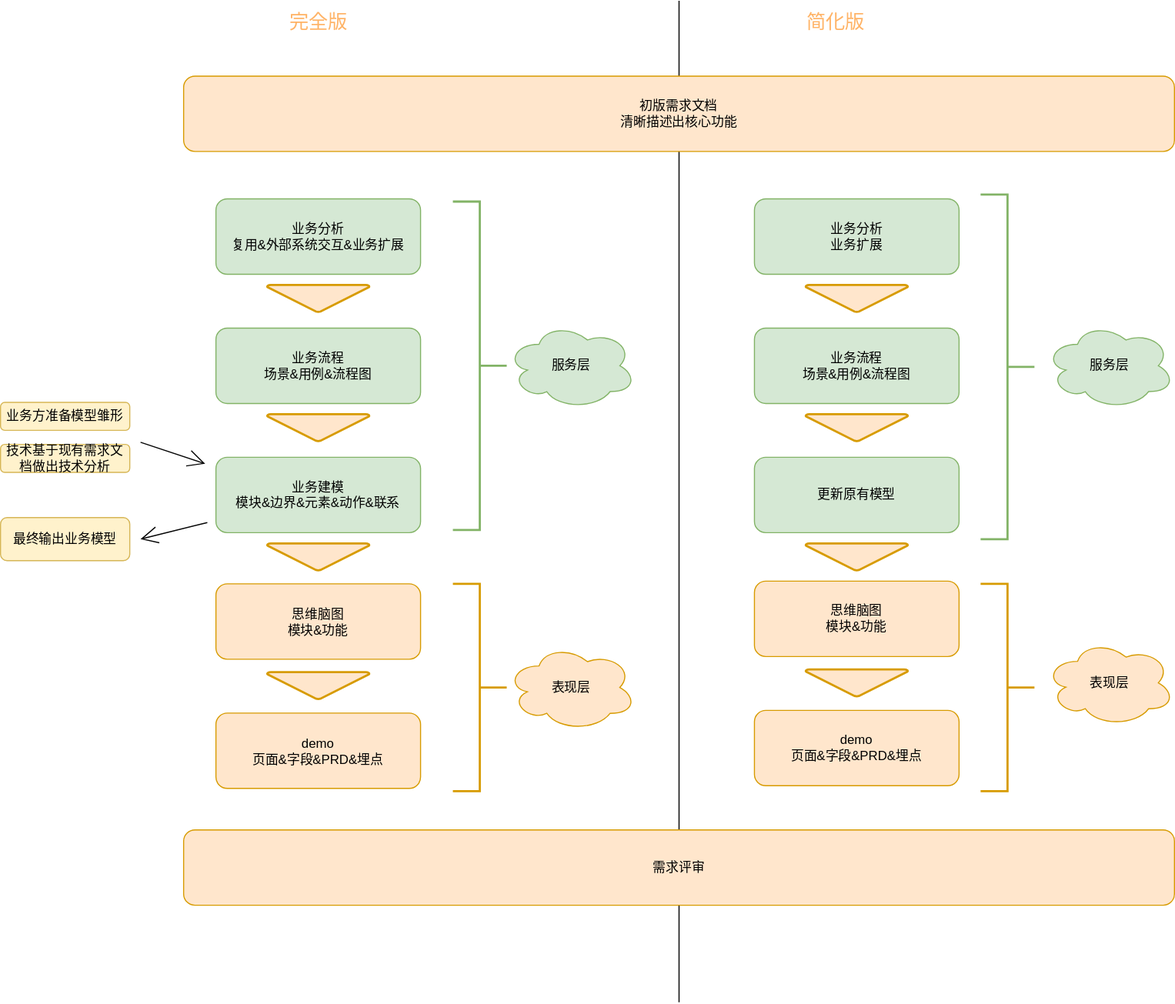
The draw.io diagram ddm.drawio.svg in fsdmp/diagrams, before a commit. Source tidied: cells renumbered, new cells last; positions are measured from the earlier drawing's top-left corner, leaving out a move shared by most shapes. Source of this version:
```xml
<mxGraphModel>
  <root>
    <mxCell id="0" />
    <mxCell id="1" parent="0" />
    <mxCell id="2" value="业务流程&lt;br&gt;场景&amp;amp;用例&amp;amp;流程图&lt;br&gt;" style="rounded=1;whiteSpace=wrap;html=1;hachureGap=4;fillColor=#d5e8d4;strokeColor=#82b366;" parent="1" vertex="1">
      <mxGeometry x="200" y="304" width="190" height="70" as="geometry" />
    </mxCell>
    <mxCell id="3" style="edgeStyle=none;curved=1;rounded=0;jettySize=auto;html=1;endArrow=open;startSize=14;endSize=14;sourcePerimeterSpacing=8;targetPerimeterSpacing=8;" parent="1" edge="1" source="4">
      <mxGeometry relative="1" as="geometry">
        <mxPoint x="130" y="500" as="targetPoint" />
      </mxGeometry>
    </mxCell>
    <mxCell id="4" value="业务建模&lt;br&gt;模块&amp;amp;边界&amp;amp;元素&amp;amp;动作&amp;amp;联系&lt;br&gt;" style="rounded=1;whiteSpace=wrap;html=1;hachureGap=4;fillColor=#d5e8d4;strokeColor=#82b366;" parent="1" vertex="1">
      <mxGeometry x="200" y="424" width="190" height="70" as="geometry" />
    </mxCell>
    <mxCell id="5" value="demo&lt;br&gt;页面&amp;amp;字段&amp;amp;PRD&amp;amp;埋点&lt;br&gt;" style="rounded=1;whiteSpace=wrap;html=1;hachureGap=4;fillColor=#ffe6cc;strokeColor=#d79b00;" parent="1" vertex="1">
      <mxGeometry x="200" y="661.5" width="190" height="70" as="geometry" />
    </mxCell>
    <mxCell id="6" value="思维脑图&lt;br&gt;模块&amp;amp;功能&lt;br&gt;" style="rounded=1;whiteSpace=wrap;html=1;hachureGap=4;fillColor=#ffe6cc;strokeColor=#d79b00;" parent="1" vertex="1">
      <mxGeometry x="200" y="541.5" width="190" height="70" as="geometry" />
    </mxCell>
    <mxCell id="7" style="strokeWidth=2;html=1;shape=mxgraph.flowchart.merge_or_storage;whiteSpace=wrap;hachureGap=4;fillColor=#ffe6cc;strokeColor=#d79b00;" parent="1" vertex="1">
      <mxGeometry x="247.5" y="384" width="95" height="25" as="geometry" />
    </mxCell>
    <mxCell id="8" style="strokeWidth=2;html=1;shape=mxgraph.flowchart.merge_or_storage;whiteSpace=wrap;hachureGap=4;fillColor=#ffe6cc;strokeColor=#d79b00;" parent="1" vertex="1">
      <mxGeometry x="247.5" y="504" width="95" height="25" as="geometry" />
    </mxCell>
    <mxCell id="9" style="strokeWidth=2;html=1;shape=mxgraph.flowchart.merge_or_storage;whiteSpace=wrap;hachureGap=4;fillColor=#ffe6cc;strokeColor=#d79b00;" parent="1" vertex="1">
      <mxGeometry x="247.5" y="623.5" width="95" height="25" as="geometry" />
    </mxCell>
    <mxCell id="10" value="服务层" style="ellipse;shape=cloud;whiteSpace=wrap;html=1;hachureGap=4;fillColor=#d5e8d4;strokeColor=#82b366;" parent="1" vertex="1">
      <mxGeometry x="470" y="299" width="120" height="80" as="geometry" />
    </mxCell>
    <mxCell id="11" value="表现层" style="ellipse;shape=cloud;whiteSpace=wrap;html=1;hachureGap=4;fillColor=#ffe6cc;strokeColor=#d79b00;" parent="1" vertex="1">
      <mxGeometry x="470" y="597.8" width="120" height="80" as="geometry" />
    </mxCell>
    <mxCell id="12" value="业务分析&lt;br&gt;复用&amp;amp;外部系统交互&amp;amp;业务扩展&lt;br&gt;" style="rounded=1;whiteSpace=wrap;html=1;hachureGap=4;fillColor=#d5e8d4;strokeColor=#82b366;" parent="1" vertex="1">
      <mxGeometry x="200" y="184" width="190" height="70" as="geometry" />
    </mxCell>
    <mxCell id="13" style="strokeWidth=2;html=1;shape=mxgraph.flowchart.merge_or_storage;whiteSpace=wrap;hachureGap=4;fillColor=#ffe6cc;strokeColor=#d79b00;" parent="1" vertex="1">
      <mxGeometry x="247.5" y="264" width="95" height="25" as="geometry" />
    </mxCell>
    <mxCell id="14" style="strokeWidth=2;html=1;shape=mxgraph.flowchart.annotation_2;align=left;labelPosition=right;hachureGap=4;direction=west;fillColor=#d5e8d4;strokeColor=#82b366;" parent="1" vertex="1">
      <mxGeometry x="420" y="186.5" width="50" height="305" as="geometry" />
    </mxCell>
    <mxCell id="15" value="业务流程&lt;br&gt;场景&amp;amp;用例&amp;amp;流程图&lt;br&gt;" style="rounded=1;whiteSpace=wrap;html=1;hachureGap=4;fillColor=#d5e8d4;strokeColor=#82b366;" parent="1" vertex="1">
      <mxGeometry x="700" y="304" width="190" height="70" as="geometry" />
    </mxCell>
    <mxCell id="16" value="demo&lt;br&gt;页面&amp;amp;字段&amp;amp;PRD&amp;amp;埋点&lt;br&gt;" style="rounded=1;whiteSpace=wrap;html=1;hachureGap=4;fillColor=#ffe6cc;strokeColor=#d79b00;" parent="1" vertex="1">
      <mxGeometry x="700" y="659" width="190" height="70" as="geometry" />
    </mxCell>
    <mxCell id="17" value="思维脑图&lt;br&gt;模块&amp;amp;功能&lt;br&gt;" style="rounded=1;whiteSpace=wrap;html=1;hachureGap=4;fillColor=#ffe6cc;strokeColor=#d79b00;" parent="1" vertex="1">
      <mxGeometry x="700" y="539" width="190" height="70" as="geometry" />
    </mxCell>
    <mxCell id="18" style="strokeWidth=2;html=1;shape=mxgraph.flowchart.merge_or_storage;whiteSpace=wrap;hachureGap=4;fillColor=#ffe6cc;strokeColor=#d79b00;" parent="1" vertex="1">
      <mxGeometry x="747.5" y="504" width="95" height="25" as="geometry" />
    </mxCell>
    <mxCell id="19" style="strokeWidth=2;html=1;shape=mxgraph.flowchart.merge_or_storage;whiteSpace=wrap;hachureGap=4;fillColor=#ffe6cc;strokeColor=#d79b00;" parent="1" vertex="1">
      <mxGeometry x="747.5" y="621" width="95" height="25" as="geometry" />
    </mxCell>
    <mxCell id="20" value="服务层" style="ellipse;shape=cloud;whiteSpace=wrap;html=1;hachureGap=4;fillColor=#d5e8d4;strokeColor=#82b366;" parent="1" vertex="1">
      <mxGeometry x="970" y="299" width="120" height="80" as="geometry" />
    </mxCell>
    <mxCell id="21" value="表现层" style="ellipse;shape=cloud;whiteSpace=wrap;html=1;hachureGap=4;fillColor=#ffe6cc;strokeColor=#d79b00;" parent="1" vertex="1">
      <mxGeometry x="970" y="593.5" width="120" height="80" as="geometry" />
    </mxCell>
    <mxCell id="22" style="strokeWidth=2;html=1;shape=mxgraph.flowchart.annotation_2;align=left;labelPosition=right;hachureGap=4;direction=west;fillColor=#ffe6cc;strokeColor=#d79b00;" parent="1" vertex="1">
      <mxGeometry x="420" y="541.5" width="50" height="192.5" as="geometry" />
    </mxCell>
    <mxCell id="23" style="endArrow=none;html=1;startSize=14;endSize=14;sourcePerimeterSpacing=8;targetPerimeterSpacing=8;" parent="1" edge="1">
      <mxGeometry relative="1" as="geometry">
        <mxPoint x="630" y="930" as="sourcePoint" />
        <mxPoint x="630" as="targetPoint" />
      </mxGeometry>
    </mxCell>
    <mxCell id="24" style="strokeWidth=2;html=1;shape=mxgraph.flowchart.annotation_2;align=left;labelPosition=right;hachureGap=4;direction=west;fillColor=#ffe6cc;strokeColor=#d79b00;" parent="1" vertex="1">
      <mxGeometry x="910" y="541.5" width="50" height="192.5" as="geometry" />
    </mxCell>
    <mxCell id="25" value="完全版" style="text;html=1;align=center;verticalAlign=middle;fillColor=none;strokeColor=none;rounded=0;hachureGap=4;fontSize=18;fontColor=#FFB366;" parent="1" vertex="1">
      <mxGeometry x="260" y="5" width="70" height="30" as="geometry" />
    </mxCell>
    <mxCell id="26" value="简化版" style="text;html=1;align=center;verticalAlign=middle;fillColor=none;strokeColor=none;rounded=0;hachureGap=4;fontSize=18;fontColor=#FFB366;" parent="1" vertex="1">
      <mxGeometry x="740" y="5" width="70" height="30" as="geometry" />
    </mxCell>
    <mxCell id="27" value="业务分析&lt;br&gt;业务扩展&lt;br&gt;" style="rounded=1;whiteSpace=wrap;html=1;hachureGap=4;fillColor=#d5e8d4;strokeColor=#82b366;" parent="1" vertex="1">
      <mxGeometry x="700" y="184" width="190" height="70" as="geometry" />
    </mxCell>
    <mxCell id="28" style="strokeWidth=2;html=1;shape=mxgraph.flowchart.merge_or_storage;whiteSpace=wrap;hachureGap=4;fillColor=#ffe6cc;strokeColor=#d79b00;" parent="1" vertex="1">
      <mxGeometry x="747.5" y="264" width="95" height="25" as="geometry" />
    </mxCell>
    <mxCell id="29" style="strokeWidth=2;html=1;shape=mxgraph.flowchart.annotation_2;align=left;labelPosition=right;hachureGap=4;direction=west;fillColor=#d5e8d4;strokeColor=#82b366;" parent="1" vertex="1">
      <mxGeometry x="910" y="180" width="50" height="320" as="geometry" />
    </mxCell>
    <mxCell id="30" value="初版需求文档&lt;br&gt;清晰描述出核心功能&lt;br&gt;" style="rounded=1;whiteSpace=wrap;html=1;hachureGap=4;fillColor=#ffe6cc;strokeColor=#d79b00;" parent="1" vertex="1">
      <mxGeometry x="170" y="70" width="920" height="70" as="geometry" />
    </mxCell>
    <mxCell id="31" style="edgeStyle=none;curved=1;rounded=0;orthogonalLoop=1;jettySize=auto;html=1;endArrow=open;startSize=14;endSize=14;sourcePerimeterSpacing=8;targetPerimeterSpacing=8;" parent="1" edge="1">
      <mxGeometry relative="1" as="geometry">
        <mxPoint x="130" y="410" as="sourcePoint" />
        <mxPoint x="190" y="430" as="targetPoint" />
      </mxGeometry>
    </mxCell>
    <mxCell id="32" value="业务方准备模型雏形" style="rounded=1;whiteSpace=wrap;html=1;hachureGap=4;fillColor=#fff2cc;strokeColor=#d6b656;" parent="1" vertex="1">
      <mxGeometry y="373" width="120" height="26" as="geometry" />
    </mxCell>
    <mxCell id="33" value="最终输出业务模型" style="rounded=1;whiteSpace=wrap;html=1;hachureGap=4;fillColor=#fff2cc;strokeColor=#d6b656;" parent="1" vertex="1">
      <mxGeometry y="480" width="120" height="40" as="geometry" />
    </mxCell>
    <mxCell id="34" value="技术基于现有需求文档做出技术分析" style="rounded=1;whiteSpace=wrap;html=1;hachureGap=4;fillColor=#fff2cc;strokeColor=#d6b656;" parent="1" vertex="1">
      <mxGeometry y="412" width="120" height="26" as="geometry" />
    </mxCell>
    <mxCell id="35" value="需求评审&lt;br&gt;" style="rounded=1;whiteSpace=wrap;html=1;hachureGap=4;fillColor=#ffe6cc;strokeColor=#d79b00;" parent="1" vertex="1">
      <mxGeometry x="170" y="770" width="920" height="70" as="geometry" />
    </mxCell>
    <mxCell id="36" value="更新原有模型&lt;br&gt;" style="rounded=1;whiteSpace=wrap;html=1;hachureGap=4;fillColor=#d5e8d4;strokeColor=#82b366;" parent="1" vertex="1">
      <mxGeometry x="700" y="424" width="190" height="70" as="geometry" />
    </mxCell>
    <mxCell id="37" style="strokeWidth=2;html=1;shape=mxgraph.flowchart.merge_or_storage;whiteSpace=wrap;hachureGap=4;fillColor=#ffe6cc;strokeColor=#d79b00;" parent="1" vertex="1">
      <mxGeometry x="747.5" y="384" width="95" height="25" as="geometry" />
    </mxCell>
  </root>
</mxGraphModel>
```
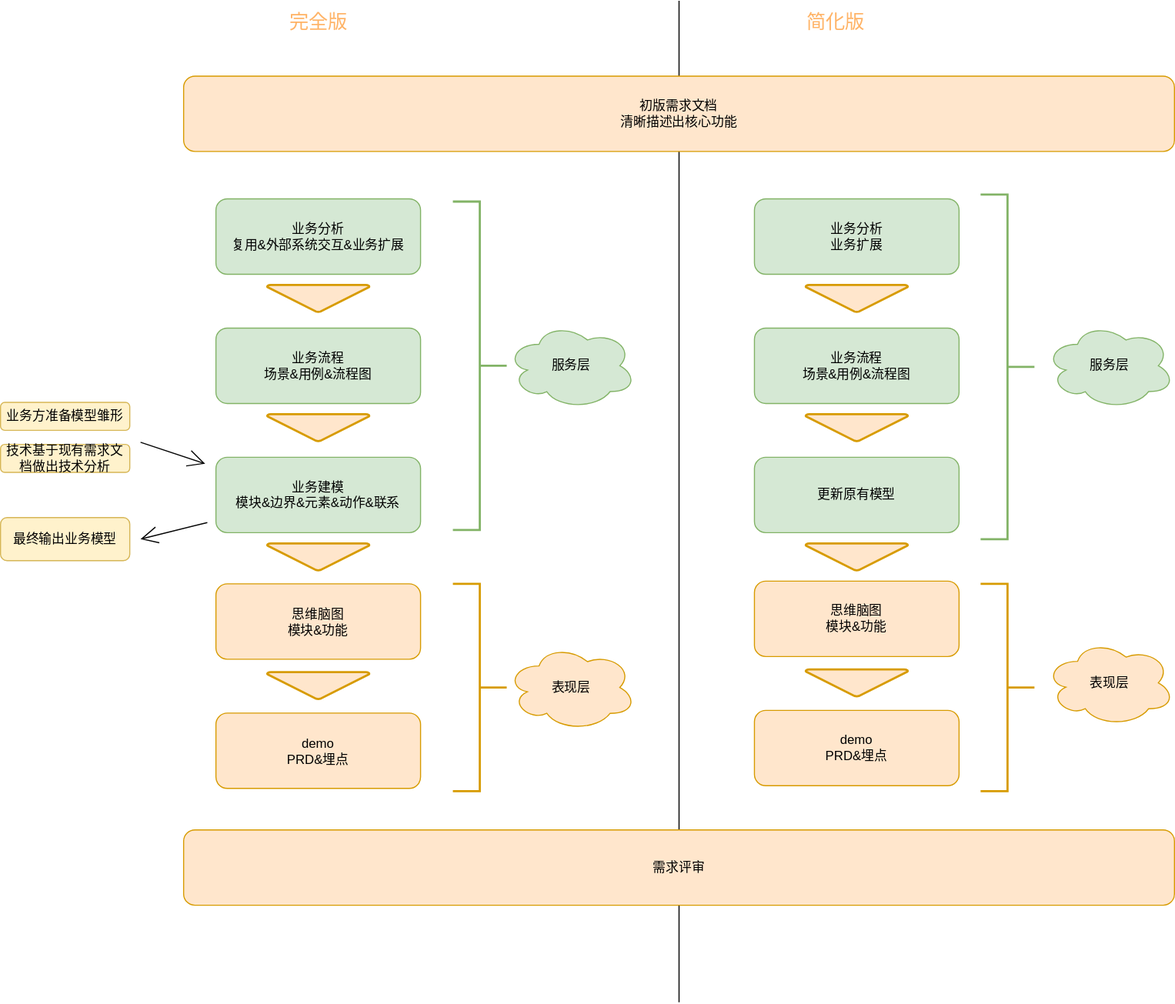
After the commit.

Change to the diagram source:
```diff
@@ -13,7 +13,7 @@
     <mxCell id="4" value="业务建模&lt;br&gt;模块&amp;amp;边界&amp;amp;元素&amp;amp;动作&amp;amp;联系&lt;br&gt;" style="rounded=1;whiteSpace=wrap;html=1;hachureGap=4;fillColor=#d5e8d4;strokeColor=#82b366;" parent="1" vertex="1">
       <mxGeometry x="200" y="424" width="190" height="70" as="geometry" />
     </mxCell>
-    <mxCell id="5" value="demo&lt;br&gt;页面&amp;amp;字段&amp;amp;PRD&amp;amp;埋点&lt;br&gt;" style="rounded=1;whiteSpace=wrap;html=1;hachureGap=4;fillColor=#ffe6cc;strokeColor=#d79b00;" parent="1" vertex="1">
+    <mxCell id="5" value="demo&lt;br&gt;PRD&amp;amp;埋点&lt;br&gt;" style="rounded=1;whiteSpace=wrap;html=1;hachureGap=4;fillColor=#ffe6cc;strokeColor=#d79b00;" parent="1" vertex="1">
       <mxGeometry x="200" y="661.5" width="190" height="70" as="geometry" />
     </mxCell>
     <mxCell id="6" value="思维脑图&lt;br&gt;模块&amp;amp;功能&lt;br&gt;" style="rounded=1;whiteSpace=wrap;html=1;hachureGap=4;fillColor=#ffe6cc;strokeColor=#d79b00;" parent="1" vertex="1">
@@ -46,7 +46,7 @@
     <mxCell id="15" value="业务流程&lt;br&gt;场景&amp;amp;用例&amp;amp;流程图&lt;br&gt;" style="rounded=1;whiteSpace=wrap;html=1;hachureGap=4;fillColor=#d5e8d4;strokeColor=#82b366;" parent="1" vertex="1">
       <mxGeometry x="700" y="304" width="190" height="70" as="geometry" />
     </mxCell>
-    <mxCell id="16" value="demo&lt;br&gt;页面&amp;amp;字段&amp;amp;PRD&amp;amp;埋点&lt;br&gt;" style="rounded=1;whiteSpace=wrap;html=1;hachureGap=4;fillColor=#ffe6cc;strokeColor=#d79b00;" parent="1" vertex="1">
+    <mxCell id="16" value="demo&lt;br&gt;PRD&amp;amp;埋点&lt;br&gt;" style="rounded=1;whiteSpace=wrap;html=1;hachureGap=4;fillColor=#ffe6cc;strokeColor=#d79b00;" parent="1" vertex="1">
       <mxGeometry x="700" y="659" width="190" height="70" as="geometry" />
     </mxCell>
     <mxCell id="17" value="思维脑图&lt;br&gt;模块&amp;amp;功能&lt;br&gt;" style="rounded=1;whiteSpace=wrap;html=1;hachureGap=4;fillColor=#ffe6cc;strokeColor=#d79b00;" parent="1" vertex="1">
```
